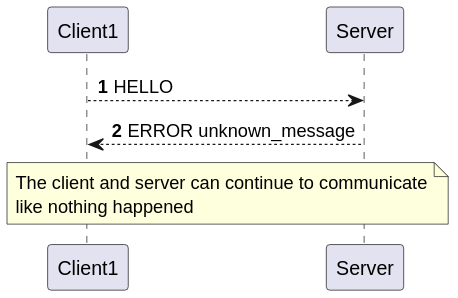
Before: docs/appProtocol/diag_protocol_unkownMSG.svg, a diagram exported from PlantUML (Tigid0u/connect-4).
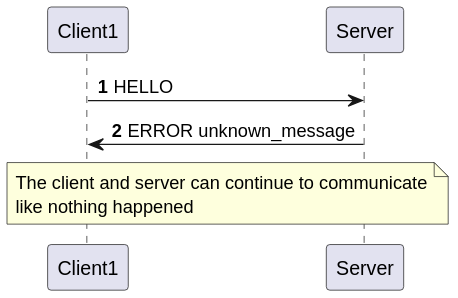
After the change.

The edit, as a diff of the source:
```diff
@@ -4,8 +4,8 @@
 
 autonumber 1
 
-Client1 --> Server : HELLO
-Server --> Client1 : ERROR unknown_message
+Client1 -> Server : HELLO
+Server -> Client1 : ERROR unknown_message
 
 note over Client1, Server
 The client and server can continue to communicate
```
